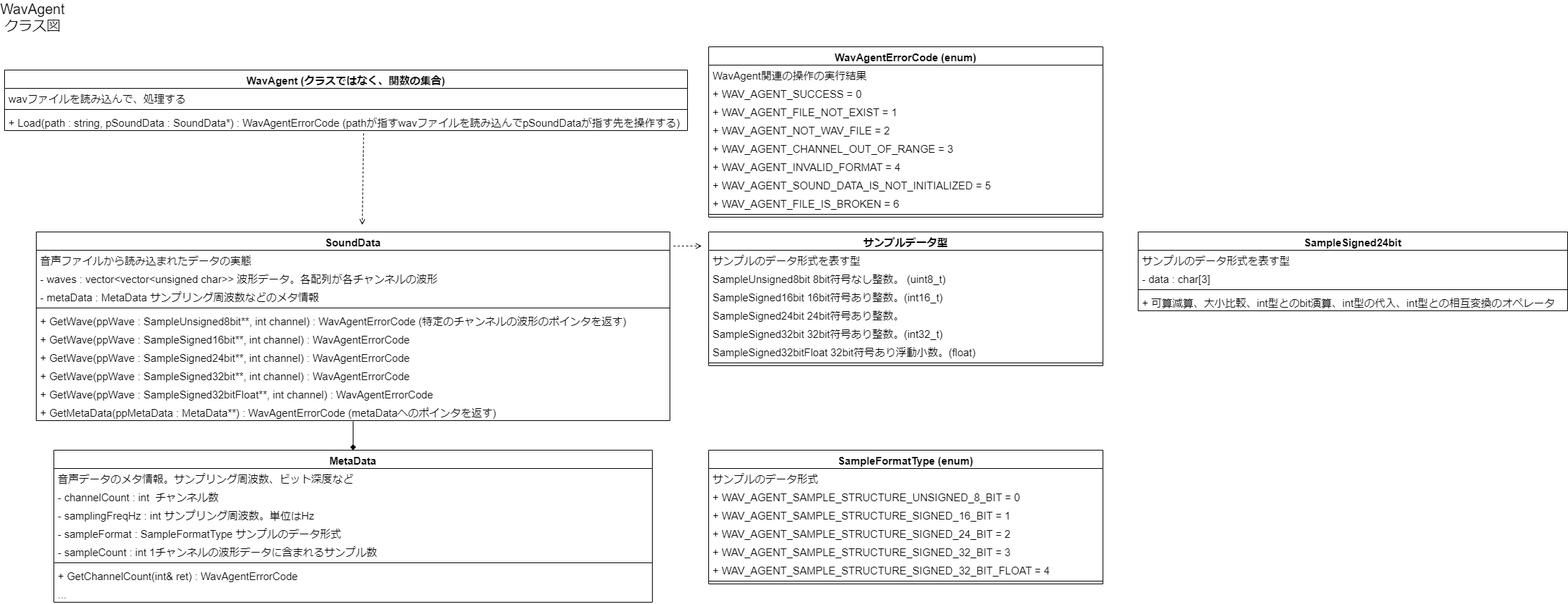
Before: design/WavAgentClassDiagram.png, a diagram exported from draw.io (Dumble009/WavAgent). Source tidied: cells renumbered, new cells last; positions are measured from the earlier drawing's top-left corner, leaving out a move shared by most shapes.
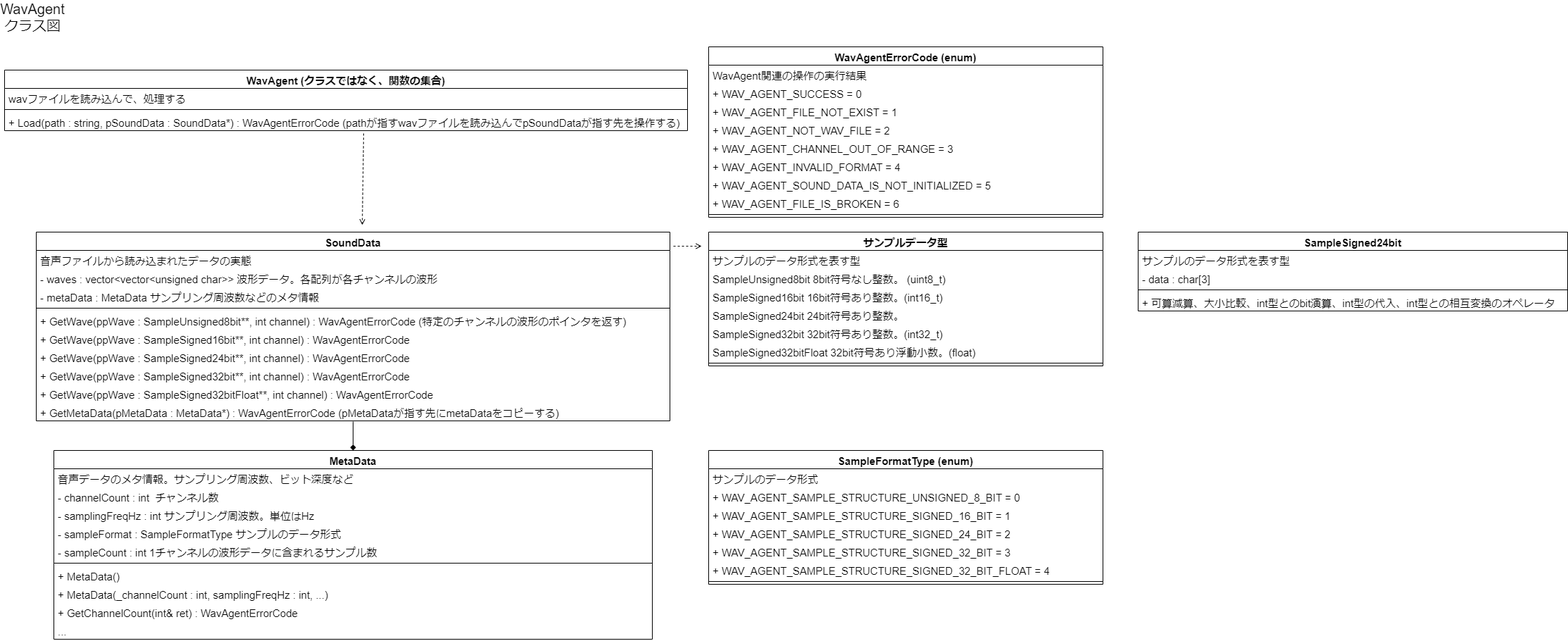
After the change.

The edit, as a diff of the source:
```diff
@@ -53,11 +53,11 @@
     <mxCell id="17" value="+ GetWave(ppWave : SampleSigned32bitFloat**, int channel) : WavAgentErrorCode  " style="text;strokeColor=none;fillColor=none;align=left;verticalAlign=top;spacingLeft=4;spacingRight=4;overflow=hidden;fontSize=15;" parent="8" vertex="1">
       <mxGeometry y="216" width="900" height="26" as="geometry" />
     </mxCell>
-    <mxCell id="18" value="+ GetMetaData(ppMetaData : MetaData**) : WavAgentErrorCode (metaDataへのポインタを返す)" style="text;strokeColor=none;fillColor=none;align=left;verticalAlign=top;spacingLeft=4;spacingRight=4;overflow=hidden;points=[[0,0.5],[1,0.5]];portConstraint=eastwest;fontSize=15;" parent="8" vertex="1">
+    <mxCell id="18" value="+ GetMetaData(pMetaData : MetaData*) : WavAgentErrorCode (pMetaDataが指す先にmetaDataをコピーする)" style="text;strokeColor=none;fillColor=none;align=left;verticalAlign=top;spacingLeft=4;spacingRight=4;overflow=hidden;points=[[0,0.5],[1,0.5]];portConstraint=eastwest;fontSize=15;" parent="8" vertex="1">
       <mxGeometry y="242" width="900" height="26" as="geometry" />
     </mxCell>
     <mxCell id="19" value="MetaData" style="swimlane;fontStyle=1;align=center;verticalAlign=top;horizontal=1;startSize=26;fontSize=15;" parent="1" vertex="1">
-      <mxGeometry x="70" y="630" width="850" height="216" as="geometry" />
+      <mxGeometry x="70" y="630" width="850" height="268" as="geometry" />
     </mxCell>
     <mxCell id="20" value="音声データのメタ情報。サンプリング周波数、ビット深度など" style="text;strokeColor=none;fillColor=none;align=left;verticalAlign=top;spacingLeft=4;spacingRight=4;overflow=hidden;fontSize=15;" parent="19" vertex="1">
       <mxGeometry y="26" width="850" height="26" as="geometry" />
@@ -77,11 +77,17 @@
     <mxCell id="25" style="line;strokeWidth=1;fillColor=none;align=left;verticalAlign=middle;spacingTop=-1;spacingLeft=3;spacingRight=3;labelPosition=right;fontSize=15;" parent="19" vertex="1">
       <mxGeometry y="156" width="850" height="8" as="geometry" />
     </mxCell>
+    <mxCell id="61" value="+ MetaData()" style="text;strokeColor=none;fillColor=none;align=left;verticalAlign=top;spacingLeft=4;spacingRight=4;overflow=hidden;fontSize=15;" parent="19" vertex="1">
+      <mxGeometry y="164" width="850" height="26" as="geometry" />
+    </mxCell>
+    <mxCell id="62" value="+ MetaData(_channelCount : int, samplingFreqHz : int, ...)" style="text;strokeColor=none;fillColor=none;align=left;verticalAlign=top;spacingLeft=4;spacingRight=4;overflow=hidden;fontSize=15;" parent="19" vertex="1">
+      <mxGeometry y="190" width="850" height="26" as="geometry" />
+    </mxCell>
     <mxCell id="26" value="+ GetChannelCount(int&amp; ret) : WavAgentErrorCode" style="text;strokeColor=none;fillColor=none;align=left;verticalAlign=top;spacingLeft=4;spacingRight=4;overflow=hidden;fontSize=15;" parent="19" vertex="1">
-      <mxGeometry y="164" width="850" height="26" as="geometry" />
+      <mxGeometry y="216" width="850" height="26" as="geometry" />
     </mxCell>
     <mxCell id="27" value="..." style="text;strokeColor=none;fillColor=none;align=left;verticalAlign=top;spacingLeft=4;spacingRight=4;overflow=hidden;fontSize=15;" parent="19" vertex="1">
-      <mxGeometry y="190" width="850" height="26" as="geometry" />
+      <mxGeometry y="242" width="850" height="26" as="geometry" />
     </mxCell>
     <mxCell id="28" style="endArrow=diamond;html=1;rounded=0;fontSize=15;endFill=1;entryX=0.5;entryY=0;entryDx=0;entryDy=0;exitX=0.5;exitY=1.038;exitDx=0;exitDy=0;exitPerimeter=0;" parent="1" edge="1" source="18" target="19">
       <mxGeometry relative="1" as="geometry" />
```
